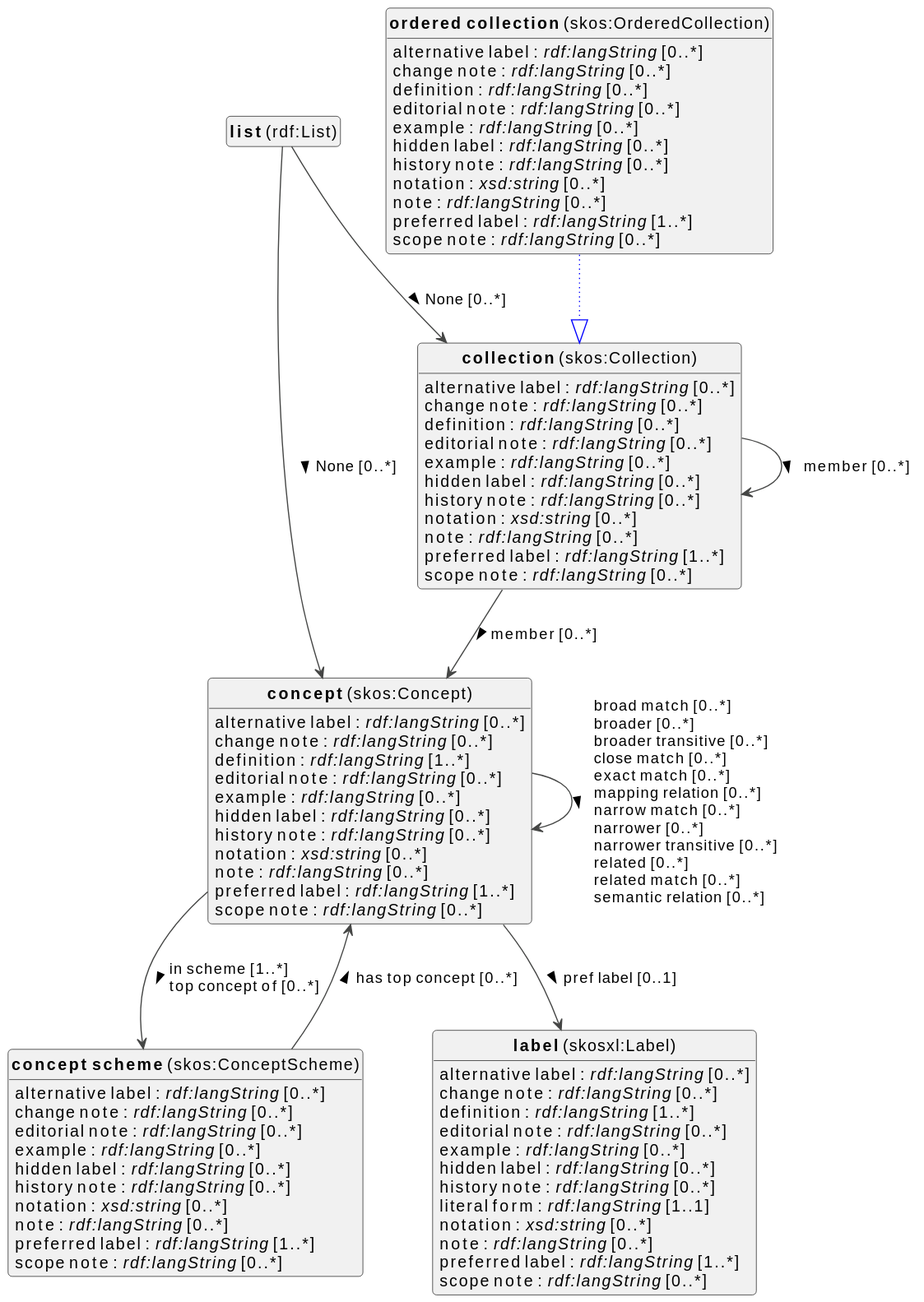
The PlantUML diagram docs/metadata/knowledge-graph/0.0.1/terms/en/terms-diagram.svg in viaacode/documentation-jekyll, before a commit.
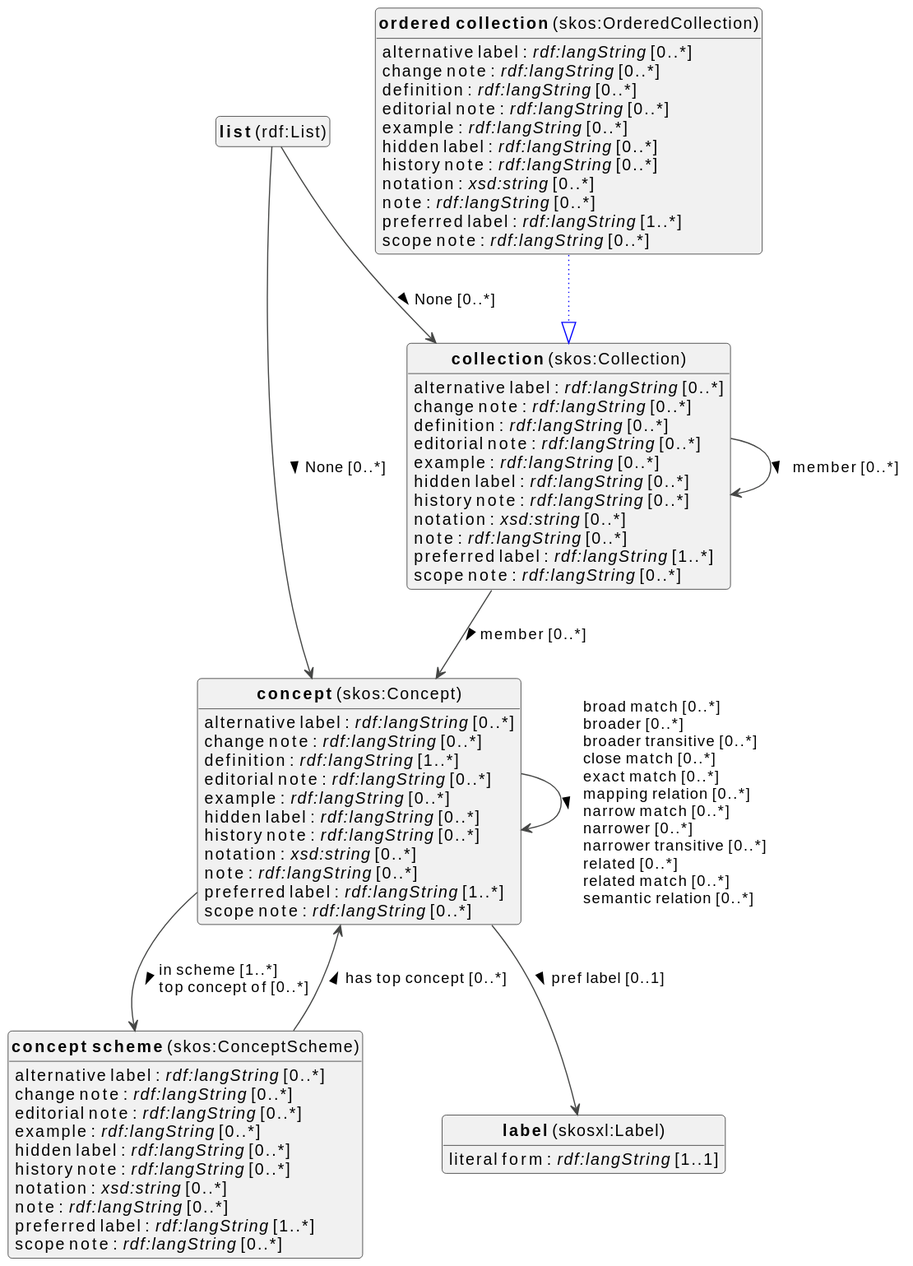
The same file after the commit.

The edit, as a diff of the source:
```diff
@@ -69,19 +69,7 @@
 
 
 
-skosxl_Label : alternative label : <i>rdf:langString</i> [0..*]
-skosxl_Label : change note : <i>rdf:langString</i> [0..*]
-skosxl_Label : definition : <i>rdf:langString</i> [1..*]
-skosxl_Label : editorial note : <i>rdf:langString</i> [0..*]
-skosxl_Label : example : <i>rdf:langString</i> [0..*]
-skosxl_Label : hidden label : <i>rdf:langString</i> [0..*]
-skosxl_Label : history note : <i>rdf:langString</i> [0..*]
 skosxl_Label : literal form : <i>rdf:langString</i> [1..1]
-skosxl_Label : notation : <i>xsd:string</i> [0..*]
-skosxl_Label : note : <i>rdf:langString</i> [0..*]
-skosxl_Label : preferred label : <i>rdf:langString</i> [1..*]
-skosxl_Label : scope note : <i>rdf:langString</i> [0..*]
-
 
 
 
```
